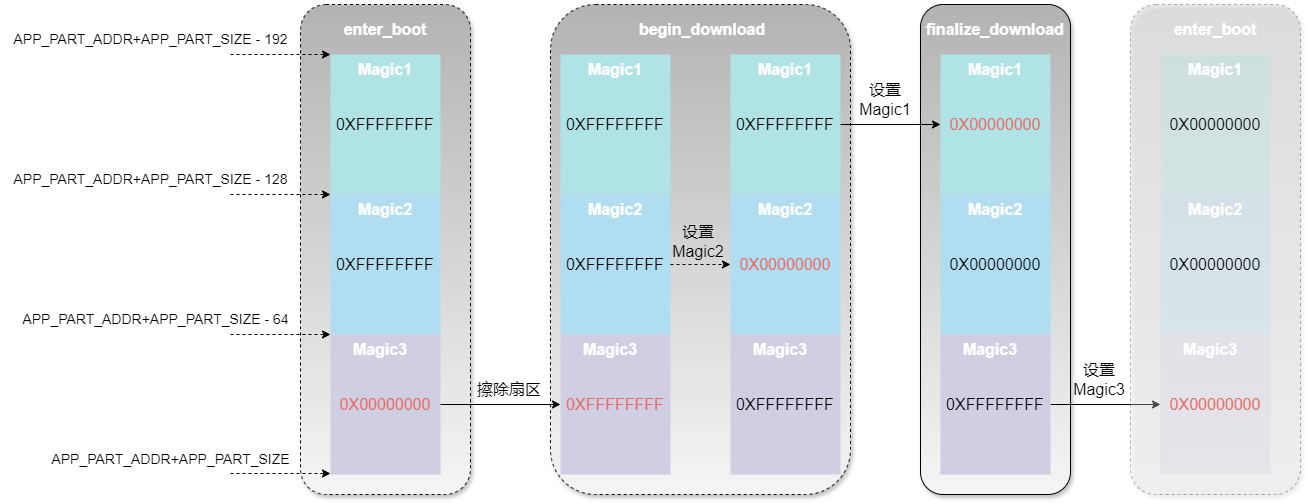
Before: docs/images/flash.png, a diagram exported from draw.io (Aladdin-Wang/MicroBoot). Source tidied: cells renumbered, new cells last; positions are measured from the earlier drawing's top-left corner, leaving out a move shared by most shapes.
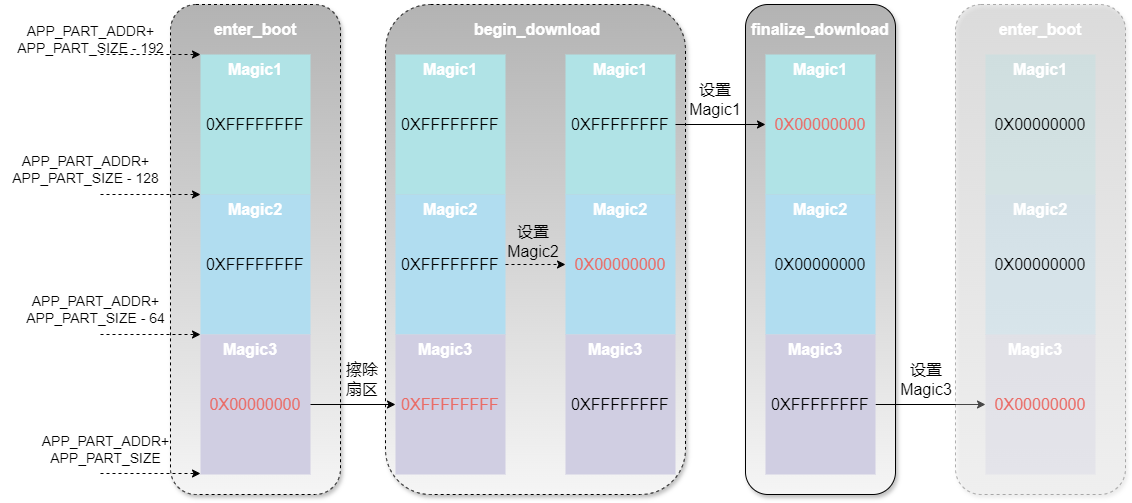
Above is the later version.

The edit, as a diff of the source:
```diff
@@ -3,66 +3,66 @@
     <mxCell id="0" />
     <mxCell id="1" parent="0" />
     <mxCell id="2" style="rounded=1;whiteSpace=wrap;html=1;gradientDirection=north;shadow=1;fillColor=#f5f5f5;strokeColor=default;gradientColor=#b3b3b3;" parent="1" vertex="1">
-      <mxGeometry x="920" width="150" height="490" as="geometry" />
+      <mxGeometry x="910" width="150" height="490" as="geometry" />
     </mxCell>
     <mxCell id="3" style="rounded=1;whiteSpace=wrap;html=1;dashed=1;fillColor=#f5f5f5;strokeColor=default;gradientDirection=north;shadow=1;gradientColor=#b3b3b3;" parent="1" vertex="1">
-      <mxGeometry x="300" width="170" height="490" as="geometry" />
+      <mxGeometry x="335" width="170" height="490" as="geometry" />
     </mxCell>
     <mxCell id="4" style="rounded=1;whiteSpace=wrap;html=1;dashed=1;fillColor=#f5f5f5;strokeColor=default;gradientDirection=north;shadow=1;gradientColor=#b3b3b3;" parent="1" vertex="1">
       <mxGeometry x="550" width="300" height="490" as="geometry" />
     </mxCell>
     <mxCell id="5" value="&lt;font style=&quot;font-size: 16px;&quot;&gt;0XFFFFFFFF&lt;/font&gt;" style="rounded=0;whiteSpace=wrap;html=1;fillColor=#b0e3e6;strokeColor=none;gradientDirection=north;" parent="1" vertex="1">
-      <mxGeometry x="330" y="50" width="110" height="140" as="geometry" />
+      <mxGeometry x="365" y="50" width="110" height="140" as="geometry" />
     </mxCell>
     <mxCell id="6" value="&lt;span style=&quot;font-size: 16px;&quot;&gt;0XFFFFFFFF&lt;/span&gt;" style="rounded=0;whiteSpace=wrap;html=1;fillColor=#b1ddf0;strokeColor=none;gradientDirection=north;" parent="1" vertex="1">
-      <mxGeometry x="330" y="190" width="110" height="140" as="geometry" />
+      <mxGeometry x="365" y="190" width="110" height="140" as="geometry" />
     </mxCell>
     <mxCell id="7" value="&lt;span style=&quot;font-size: 16px;&quot;&gt;&lt;font color=&quot;#ea6b66&quot;&gt;0X00000000&lt;/font&gt;&lt;/span&gt;" style="rounded=0;whiteSpace=wrap;html=1;fillColor=#d0cee2;strokeColor=none;gradientDirection=north;" parent="1" vertex="1">
-      <mxGeometry x="330" y="330" width="110" height="140" as="geometry" />
+      <mxGeometry x="365" y="330" width="110" height="140" as="geometry" />
     </mxCell>
     <mxCell id="8" style="endArrow=classic;html=1;rounded=0;entryX=0;entryY=0;entryDx=0;entryDy=0;dashed=1;" parent="1" edge="1" target="5">
       <mxGeometry relative="1" as="geometry">
-        <mxPoint x="230" y="50" as="sourcePoint" />
+        <mxPoint x="265" y="50" as="sourcePoint" />
       </mxGeometry>
     </mxCell>
-    <mxCell id="9" value="&lt;font style=&quot;font-size: 14px;&quot;&gt;APP_PART_ADDR+APP_PART_SIZE&lt;/font&gt;" style="text;html=1;align=center;verticalAlign=middle;strokeColor=none;fillColor=none;" parent="1" vertex="1">
-      <mxGeometry x="40" y="440" width="260" height="30" as="geometry" />
+    <mxCell id="9" value="&lt;font style=&quot;font-size: 14px;&quot;&gt;APP_PART_ADDR+&lt;br&gt;APP_PART_SIZE&lt;/font&gt;" style="text;html=1;align=center;verticalAlign=middle;strokeColor=none;fillColor=none;" parent="1" vertex="1">
+      <mxGeometry x="195" y="420" width="150" height="50" as="geometry" />
     </mxCell>
     <mxCell id="10" style="endArrow=classic;html=1;rounded=0;entryX=0;entryY=0;entryDx=0;entryDy=0;dashed=1;" parent="1" edge="1">
       <mxGeometry relative="1" as="geometry">
-        <mxPoint x="230" y="469" as="sourcePoint" />
-        <mxPoint x="330" y="469" as="targetPoint" />
+        <mxPoint x="265" y="469" as="sourcePoint" />
+        <mxPoint x="365" y="469" as="targetPoint" />
       </mxGeometry>
     </mxCell>
-    <mxCell id="11" value="&lt;font style=&quot;font-size: 14px;&quot;&gt;APP_PART_ADDR+APP_PART_SIZE - 64&lt;/font&gt;" style="text;html=1;align=center;verticalAlign=middle;strokeColor=none;fillColor=none;" parent="1" vertex="1">
-      <mxGeometry x="10" y="300" width="290" height="30" as="geometry" />
+    <mxCell id="11" value="&lt;font style=&quot;font-size: 14px;&quot;&gt;APP_PART_ADDR+&lt;br&gt;APP_PART_SIZE - 64&lt;/font&gt;" style="text;html=1;align=center;verticalAlign=middle;strokeColor=none;fillColor=none;" parent="1" vertex="1">
+      <mxGeometry x="180" y="280" width="160" height="50" as="geometry" />
     </mxCell>
     <mxCell id="12" style="endArrow=classic;html=1;rounded=0;entryX=0;entryY=0;entryDx=0;entryDy=0;dashed=1;" parent="1" edge="1">
       <mxGeometry relative="1" as="geometry">
-        <mxPoint x="230" y="330" as="sourcePoint" />
-        <mxPoint x="330" y="330" as="targetPoint" />
+        <mxPoint x="265" y="330" as="sourcePoint" />
+        <mxPoint x="365" y="330" as="targetPoint" />
       </mxGeometry>
     </mxCell>
     <mxCell id="13" style="endArrow=classic;html=1;rounded=0;entryX=0;entryY=0;entryDx=0;entryDy=0;dashed=1;" parent="1" edge="1">
       <mxGeometry relative="1" as="geometry">
-        <mxPoint x="230" y="190" as="sourcePoint" />
-        <mxPoint x="330" y="190" as="targetPoint" />
+        <mxPoint x="265" y="190" as="sourcePoint" />
+        <mxPoint x="365" y="190" as="targetPoint" />
       </mxGeometry>
     </mxCell>
-    <mxCell id="14" value="&lt;font style=&quot;font-size: 14px;&quot;&gt;APP_PART_ADDR+APP_PART_SIZE - 128&lt;/font&gt;" style="text;html=1;align=center;verticalAlign=middle;strokeColor=none;fillColor=none;" parent="1" vertex="1">
-      <mxGeometry y="160" width="300" height="30" as="geometry" />
+    <mxCell id="14" value="&lt;font style=&quot;font-size: 14px;&quot;&gt;APP_PART_ADDR+&lt;br&gt;APP_PART_SIZE - 128&lt;/font&gt;" style="text;html=1;align=center;verticalAlign=middle;strokeColor=none;fillColor=none;" parent="1" vertex="1">
+      <mxGeometry x="165" y="140" width="170" height="50" as="geometry" />
     </mxCell>
-    <mxCell id="15" value="&lt;font style=&quot;font-size: 14px;&quot;&gt;APP_PART_ADDR+APP_PART_SIZE - 192&lt;/font&gt;" style="text;html=1;align=center;verticalAlign=middle;strokeColor=none;fillColor=none;" parent="1" vertex="1">
-      <mxGeometry y="20" width="300" height="30" as="geometry" />
+    <mxCell id="15" value="&lt;font style=&quot;font-size: 14px;&quot;&gt;APP_PART_ADDR+&lt;br&gt;APP_PART_SIZE - 192&lt;/font&gt;" style="text;html=1;align=center;verticalAlign=middle;strokeColor=none;fillColor=none;" parent="1" vertex="1">
+      <mxGeometry x="170" y="10" width="170" height="50" as="geometry" />
     </mxCell>
     <mxCell id="16" value="&lt;font color=&quot;#ffffff&quot; style=&quot;font-size: 16px;&quot;&gt;&lt;b&gt;Magic1&lt;/b&gt;&lt;/font&gt;" style="text;html=1;align=center;verticalAlign=middle;whiteSpace=wrap;rounded=0;" parent="1" vertex="1">
-      <mxGeometry x="355" y="50" width="60" height="30" as="geometry" />
+      <mxGeometry x="390" y="50" width="60" height="30" as="geometry" />
     </mxCell>
     <mxCell id="17" value="&lt;font color=&quot;#ffffff&quot; style=&quot;font-size: 16px;&quot;&gt;&lt;b&gt;Magic2&lt;/b&gt;&lt;/font&gt;" style="text;html=1;align=center;verticalAlign=middle;whiteSpace=wrap;rounded=0;" parent="1" vertex="1">
-      <mxGeometry x="355" y="190" width="60" height="30" as="geometry" />
+      <mxGeometry x="390" y="190" width="60" height="30" as="geometry" />
     </mxCell>
     <mxCell id="18" value="&lt;font color=&quot;#ffffff&quot; style=&quot;font-size: 16px;&quot;&gt;&lt;b&gt;Magic3&lt;/b&gt;&lt;/font&gt;" style="text;html=1;align=center;verticalAlign=middle;whiteSpace=wrap;rounded=0;" parent="1" vertex="1">
-      <mxGeometry x="350" y="330" width="60" height="30" as="geometry" />
+      <mxGeometry x="385" y="330" width="60" height="30" as="geometry" />
     </mxCell>
     <mxCell id="19" value="&lt;font style=&quot;font-size: 16px;&quot;&gt;0XFFFFFFFF&lt;/font&gt;" style="rounded=0;whiteSpace=wrap;html=1;fillColor=#b0e3e6;strokeColor=none;gradientDirection=north;" parent="1" vertex="1">
       <mxGeometry x="560" y="50" width="110" height="140" as="geometry" />
@@ -109,73 +109,73 @@
       </mxGeometry>
     </mxCell>
     <mxCell id="33" value="&lt;font color=&quot;#ea6b66&quot; style=&quot;font-size: 16px;&quot;&gt;0X00000000&lt;/font&gt;" style="rounded=0;whiteSpace=wrap;html=1;fillColor=#b0e3e6;strokeColor=none;gradientDirection=north;shadow=0;" parent="1" vertex="1">
-      <mxGeometry x="940" y="50" width="110" height="140" as="geometry" />
+      <mxGeometry x="930" y="50" width="110" height="140" as="geometry" />
     </mxCell>
     <mxCell id="34" value="&lt;span style=&quot;font-size: 16px;&quot;&gt;0X00000000&lt;/span&gt;" style="rounded=0;whiteSpace=wrap;html=1;fillColor=#b1ddf0;strokeColor=none;gradientDirection=north;" parent="1" vertex="1">
-      <mxGeometry x="940" y="190" width="110" height="140" as="geometry" />
+      <mxGeometry x="930" y="190" width="110" height="140" as="geometry" />
     </mxCell>
     <mxCell id="35" style="edgeStyle=orthogonalEdgeStyle;rounded=0;jettySize=auto;html=1;exitX=1;exitY=0.5;exitDx=0;exitDy=0;entryX=0;entryY=0.5;entryDx=0;entryDy=0;" parent="1" edge="1" source="36" target="50">
       <mxGeometry relative="1" as="geometry" />
     </mxCell>
     <mxCell id="36" value="&lt;span style=&quot;font-size: 16px;&quot;&gt;0XFFFFFFFF&lt;/span&gt;" style="rounded=0;whiteSpace=wrap;html=1;fillColor=#d0cee2;strokeColor=none;gradientDirection=north;" parent="1" vertex="1">
-      <mxGeometry x="940" y="330" width="110" height="140" as="geometry" />
+      <mxGeometry x="930" y="330" width="110" height="140" as="geometry" />
     </mxCell>
     <mxCell id="37" value="&lt;font color=&quot;#ffffff&quot; style=&quot;font-size: 16px;&quot;&gt;&lt;b&gt;Magic1&lt;/b&gt;&lt;/font&gt;" style="text;html=1;align=center;verticalAlign=middle;whiteSpace=wrap;rounded=0;" parent="1" vertex="1">
-      <mxGeometry x="965" y="50" width="60" height="30" as="geometry" />
+      <mxGeometry x="955" y="50" width="60" height="30" as="geometry" />
     </mxCell>
     <mxCell id="38" value="&lt;font color=&quot;#ffffff&quot; style=&quot;font-size: 16px;&quot;&gt;&lt;b&gt;Magic2&lt;/b&gt;&lt;/font&gt;" style="text;html=1;align=center;verticalAlign=middle;whiteSpace=wrap;rounded=0;" parent="1" vertex="1">
-      <mxGeometry x="965" y="190" width="60" height="30" as="geometry" />
+      <mxGeometry x="955" y="190" width="60" height="30" as="geometry" />
     </mxCell>
     <mxCell id="39" value="&lt;font color=&quot;#ffffff&quot; style=&quot;font-size: 16px;&quot;&gt;&lt;b&gt;Magic3&lt;/b&gt;&lt;/font&gt;" style="text;html=1;align=center;verticalAlign=middle;whiteSpace=wrap;rounded=0;" parent="1" vertex="1">
-      <mxGeometry x="960" y="330" width="60" height="30" as="geometry" />
+      <mxGeometry x="950" y="330" width="60" height="30" as="geometry" />
     </mxCell>
     <mxCell id="40" style="endArrow=classic;html=1;rounded=0;exitX=1;exitY=0.5;exitDx=0;exitDy=0;entryX=0;entryY=0.5;entryDx=0;entryDy=0;" parent="1" edge="1" source="25" target="33">
       <mxGeometry relative="1" as="geometry" />
     </mxCell>
     <mxCell id="41" value="&lt;font color=&quot;#ffffff&quot; style=&quot;font-size: 16px;&quot;&gt;&lt;b&gt;enter_boot&lt;/b&gt;&lt;/font&gt;" style="text;html=1;align=center;verticalAlign=middle;whiteSpace=wrap;rounded=0;" parent="1" vertex="1">
-      <mxGeometry x="300" y="10" width="170" height="30" as="geometry" />
+      <mxGeometry x="335" y="10" width="170" height="30" as="geometry" />
     </mxCell>
     <mxCell id="42" value="&lt;font color=&quot;#ffffff&quot;&gt;&lt;span style=&quot;font-size: 16px;&quot;&gt;&lt;b&gt;begin_download&lt;/b&gt;&lt;/span&gt;&lt;/font&gt;" style="text;html=1;align=center;verticalAlign=middle;whiteSpace=wrap;rounded=0;" parent="1" vertex="1">
       <mxGeometry x="617" y="10" width="170" height="30" as="geometry" />
     </mxCell>
     <mxCell id="43" value="&lt;font color=&quot;#ffffff&quot;&gt;&lt;span style=&quot;font-size: 16px;&quot;&gt;&lt;b&gt;finalize_download&lt;/b&gt;&lt;/span&gt;&lt;/font&gt;" style="text;html=1;align=center;verticalAlign=middle;whiteSpace=wrap;rounded=0;" parent="1" vertex="1">
-      <mxGeometry x="910" y="10" width="170" height="30" as="geometry" />
+      <mxGeometry x="900" y="10" width="170" height="30" as="geometry" />
     </mxCell>
-    <mxCell id="44" value="&lt;font style=&quot;font-size: 16px;&quot;&gt;擦除扇区&lt;/font&gt;" style="text;html=1;align=center;verticalAlign=middle;whiteSpace=wrap;rounded=0;" parent="1" vertex="1">
-      <mxGeometry x="472" y="370" width="74" height="30" as="geometry" />
+    <mxCell id="44" value="&lt;font style=&quot;font-size: 16px;&quot;&gt;擦除&lt;/font&gt;&lt;div&gt;&lt;font style=&quot;font-size: 16px;&quot;&gt;扇区&lt;/font&gt;&lt;/div&gt;" style="text;html=1;align=center;verticalAlign=middle;whiteSpace=wrap;rounded=0;" parent="1" vertex="1">
+      <mxGeometry x="490" y="360" width="74" height="30" as="geometry" />
     </mxCell>
     <mxCell id="45" value="&lt;span style=&quot;font-size: 16px;&quot;&gt;设置Magic2&lt;/span&gt;" style="text;html=1;align=center;verticalAlign=middle;whiteSpace=wrap;rounded=0;" parent="1" vertex="1">
       <mxGeometry x="661" y="222" width="74" height="30" as="geometry" />
     </mxCell>
     <mxCell id="46" value="&lt;span style=&quot;font-size: 16px;&quot;&gt;设置Magic1&lt;/span&gt;" style="text;html=1;align=center;verticalAlign=middle;whiteSpace=wrap;rounded=0;" parent="1" vertex="1">
-      <mxGeometry x="848" y="80" width="74" height="30" as="geometry" />
+      <mxGeometry x="843" y="80" width="74" height="30" as="geometry" />
     </mxCell>
     <mxCell id="47" style="rounded=1;whiteSpace=wrap;html=1;dashed=1;fillColor=#f5f5f5;strokeColor=default;gradientDirection=north;shadow=1;gradientColor=#b3b3b3;opacity=30;" parent="1" vertex="1">
-      <mxGeometry x="1130" width="170" height="490" as="geometry" />
+      <mxGeometry x="1120" width="170" height="490" as="geometry" />
     </mxCell>
     <mxCell id="48" value="&lt;font style=&quot;font-size: 16px;&quot;&gt;0X00000000&lt;/font&gt;" style="rounded=0;whiteSpace=wrap;html=1;fillColor=#b0e3e6;strokeColor=none;gradientDirection=north;opacity=30;" parent="1" vertex="1">
-      <mxGeometry x="1160" y="50" width="110" height="140" as="geometry" />
+      <mxGeometry x="1150" y="50" width="110" height="140" as="geometry" />
     </mxCell>
     <mxCell id="49" value="&lt;span style=&quot;font-size: 16px;&quot;&gt;0X00000000&lt;/span&gt;" style="rounded=0;whiteSpace=wrap;html=1;fillColor=#b1ddf0;strokeColor=none;gradientDirection=north;opacity=30;" parent="1" vertex="1">
-      <mxGeometry x="1160" y="190" width="110" height="140" as="geometry" />
+      <mxGeometry x="1150" y="190" width="110" height="140" as="geometry" />
     </mxCell>
     <mxCell id="50" value="&lt;span style=&quot;font-size: 16px;&quot;&gt;&lt;font color=&quot;#ea6b66&quot;&gt;0X00000000&lt;/font&gt;&lt;/span&gt;" style="rounded=0;whiteSpace=wrap;html=1;fillColor=#d0cee2;strokeColor=none;gradientDirection=north;opacity=30;" parent="1" vertex="1">
-      <mxGeometry x="1160" y="330" width="110" height="140" as="geometry" />
+      <mxGeometry x="1150" y="330" width="110" height="140" as="geometry" />
     </mxCell>
     <mxCell id="51" value="&lt;font color=&quot;#ffffff&quot; style=&quot;font-size: 16px;&quot;&gt;&lt;b&gt;Magic1&lt;/b&gt;&lt;/font&gt;" style="text;html=1;align=center;verticalAlign=middle;whiteSpace=wrap;rounded=0;opacity=30;" parent="1" vertex="1">
-      <mxGeometry x="1185" y="50" width="60" height="30" as="geometry" />
+      <mxGeometry x="1175" y="50" width="60" height="30" as="geometry" />
     </mxCell>
     <mxCell id="52" value="&lt;font color=&quot;#ffffff&quot; style=&quot;font-size: 16px;&quot;&gt;&lt;b&gt;Magic2&lt;/b&gt;&lt;/font&gt;" style="text;html=1;align=center;verticalAlign=middle;whiteSpace=wrap;rounded=0;opacity=30;" parent="1" vertex="1">
-      <mxGeometry x="1185" y="190" width="60" height="30" as="geometry" />
+      <mxGeometry x="1175" y="190" width="60" height="30" as="geometry" />
     </mxCell>
     <mxCell id="53" value="&lt;font color=&quot;#ffffff&quot; style=&quot;font-size: 16px;&quot;&gt;&lt;b&gt;Magic3&lt;/b&gt;&lt;/font&gt;" style="text;html=1;align=center;verticalAlign=middle;whiteSpace=wrap;rounded=0;opacity=30;" parent="1" vertex="1">
-      <mxGeometry x="1180" y="330" width="60" height="30" as="geometry" />
+      <mxGeometry x="1170" y="330" width="60" height="30" as="geometry" />
     </mxCell>
     <mxCell id="54" value="&lt;font color=&quot;#ffffff&quot; style=&quot;font-size: 16px;&quot;&gt;&lt;b&gt;enter_boot&lt;/b&gt;&lt;/font&gt;" style="text;html=1;align=center;verticalAlign=middle;whiteSpace=wrap;rounded=0;opacity=30;" parent="1" vertex="1">
-      <mxGeometry x="1130" y="10" width="170" height="30" as="geometry" />
+      <mxGeometry x="1120" y="10" width="170" height="30" as="geometry" />
     </mxCell>
     <mxCell id="55" value="&lt;span style=&quot;font-size: 16px;&quot;&gt;设置Magic3&lt;/span&gt;" style="text;html=1;align=center;verticalAlign=middle;whiteSpace=wrap;rounded=0;" parent="1" vertex="1">
-      <mxGeometry x="1062" y="360" width="74" height="30" as="geometry" />
+      <mxGeometry x="1054" y="360" width="74" height="30" as="geometry" />
     </mxCell>
   </root>
 </mxGraphModel>
```
